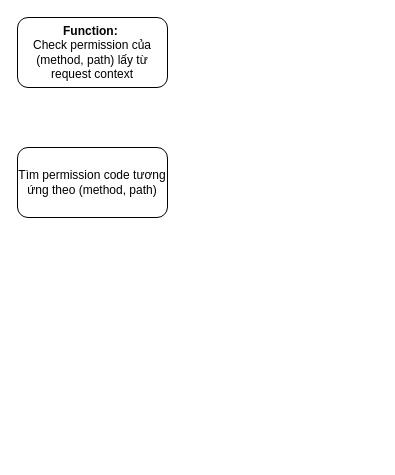
hiep1097/drawio keeps this draw.io diagram as page "Luồng check permission" (2 of 3) of SMG_phan_quyen_BE.drawio. Above is the earlier version. Source tidied: cells renumbered, new cells numbered last; positions are measured from the earlier drawing's top-left corner, leaving out a move shared by most shapes. Both pictures are drawn from the tidied source at 100%, with x=0, y=0 at pixel (17, 17).
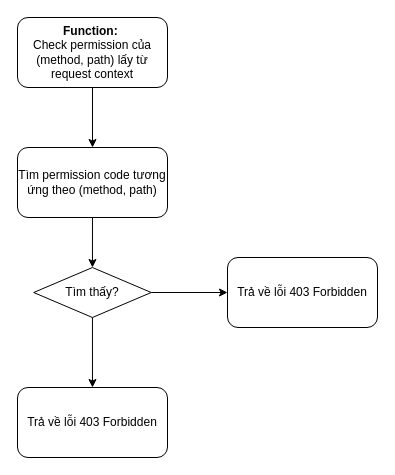
Above is the later version.

Diff of the diagram source:
```diff
@@
 <mxGraphModel>
   <root>
     <mxCell id="0" />
     <mxCell id="1" parent="0" />
     <mxCell id="2" value="&lt;b&gt;Function:&amp;nbsp;&lt;/b&gt;&lt;div&gt;Check permission của (method, path) lấy từ request context&lt;/div&gt;" style="rounded=1;whiteSpace=wrap;html=1;" parent="1" vertex="1">
       <mxGeometry width="150" height="70" as="geometry" />
     </mxCell>
     <mxCell id="3" value="Tìm permission code tương ứng theo (method, path)" style="rounded=1;whiteSpace=wrap;html=1;" parent="1" vertex="1">
       <mxGeometry y="130" width="150" height="70" as="geometry" />
     </mxCell>
+    <mxCell id="4" style="endArrow=classic;html=1;rounded=0;" parent="1" edge="1" source="2" target="3">
+      <mxGeometry relative="1" as="geometry" />
+    </mxCell>
+    <mxCell id="5" value="Tìm thấy?" style="rhombus;whiteSpace=wrap;html=1;" parent="1" vertex="1">
+      <mxGeometry x="16.2" y="250" width="117.5" height="50" as="geometry" />
+    </mxCell>
+    <mxCell id="6" value="Trả về lỗi 403 Forbidden" style="rounded=1;whiteSpace=wrap;html=1;" parent="1" vertex="1">
+      <mxGeometry x="210" y="240" width="150" height="70" as="geometry" />
+    </mxCell>
+    <mxCell id="7" style="endArrow=classic;html=1;rounded=0;" parent="1" edge="1" source="5" target="6">
+      <mxGeometry relative="1" as="geometry" />
+    </mxCell>
+    <mxCell id="8" style="endArrow=classic;html=1;rounded=0;" parent="1" edge="1" source="3" target="5">
+      <mxGeometry relative="1" as="geometry" />
+    </mxCell>
+    <mxCell id="9" value="Trả về lỗi 403 Forbidden" style="rounded=1;whiteSpace=wrap;html=1;" parent="1" vertex="1">
+      <mxGeometry y="370" width="150" height="70" as="geometry" />
+    </mxCell>
+    <mxCell id="10" style="endArrow=classic;html=1;rounded=0;" parent="1" edge="1" source="5" target="9">
+      <mxGeometry relative="1" as="geometry" />
+    </mxCell>
   </root>
 </mxGraphModel>
```
